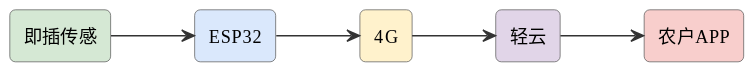
Above: assets/diagrams/ideas-fig27.svg in mingyi0818/IntelligentMcuCourse (PlantUML), before the change.
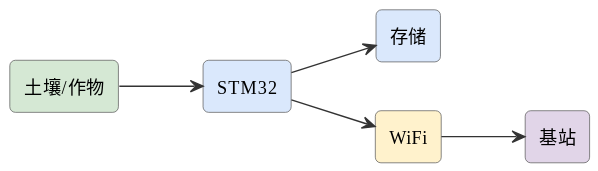
After the change.

What changed in the source:
```diff
@@ -6,13 +6,13 @@
 skinparam arrowFontSize 11
 skinparam arrowColor #333
 left to right direction
-rectangle "即插传感" as mod #d5e8d4
-rectangle "ESP32" as esp #dae8fc
-rectangle "4G" as g #fff2cc
-rectangle "轻云" as cloud #e1d5e8
-rectangle "农户APP" as app #f8cecc
-mod --> esp
-esp --> g
-g --> cloud
-cloud --> app
+rectangle "土壤/作物" as s #d5e8d4
+rectangle "STM32" as stm #dae8fc
+rectangle "存储" as mem #dae8fc
+rectangle "WiFi" as wifi #fff2cc
+rectangle "基站" as base #e1d5e8
+s --> stm
+stm --> mem
+stm --> wifi
+wifi --> base
 @enduml
```
